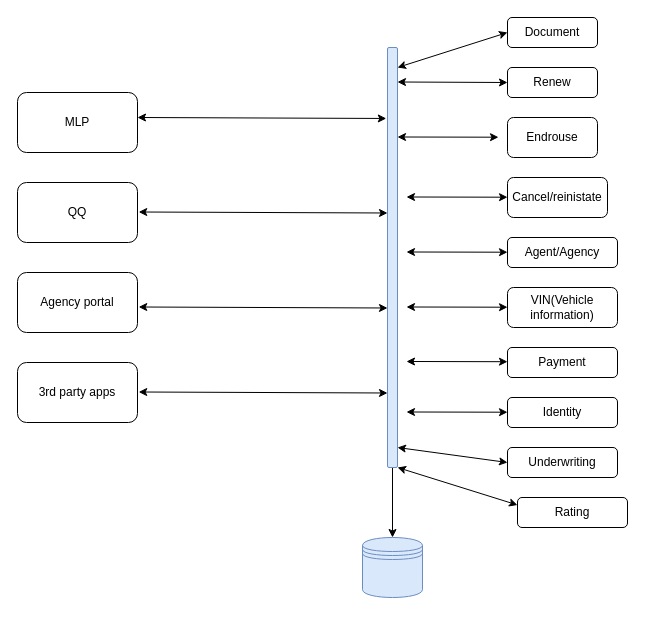
babula38/Diagram keeps this draw.io diagram as MLP.drawio. Above is the earlier version. Source tidied: cells renumbered, new cells numbered last; positions are measured from the earlier drawing's top-left corner, leaving out a move shared by most shapes. Both pictures are drawn from the tidied source at 100%, with x=0, y=0 at pixel (17, 17).
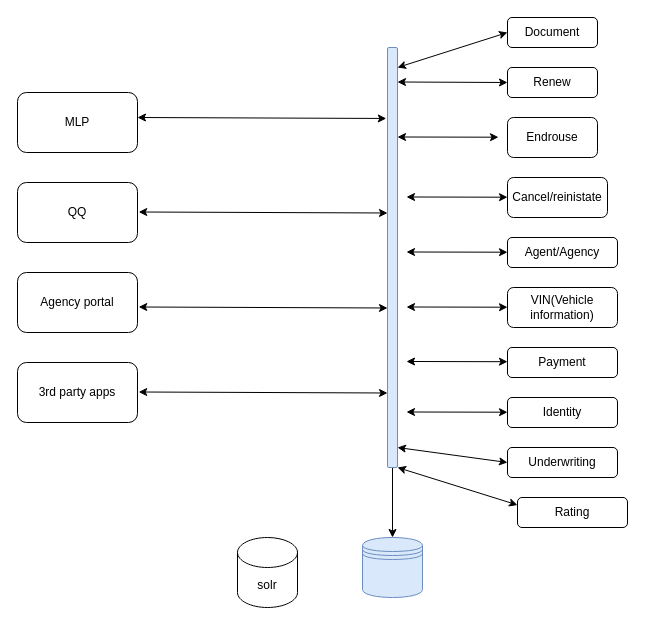
The same page after the edit.

What changed in the source:
```diff
@@
+    <mxCell id="33" value="solr" style="shape=cylinder3;whiteSpace=wrap;html=1;boundedLbl=1;backgroundOutline=1;size=15;" parent="1" vertex="1">
+      <mxGeometry x="220" y="520" width="60" height="70" as="geometry" />
+    </mxCell>
```
